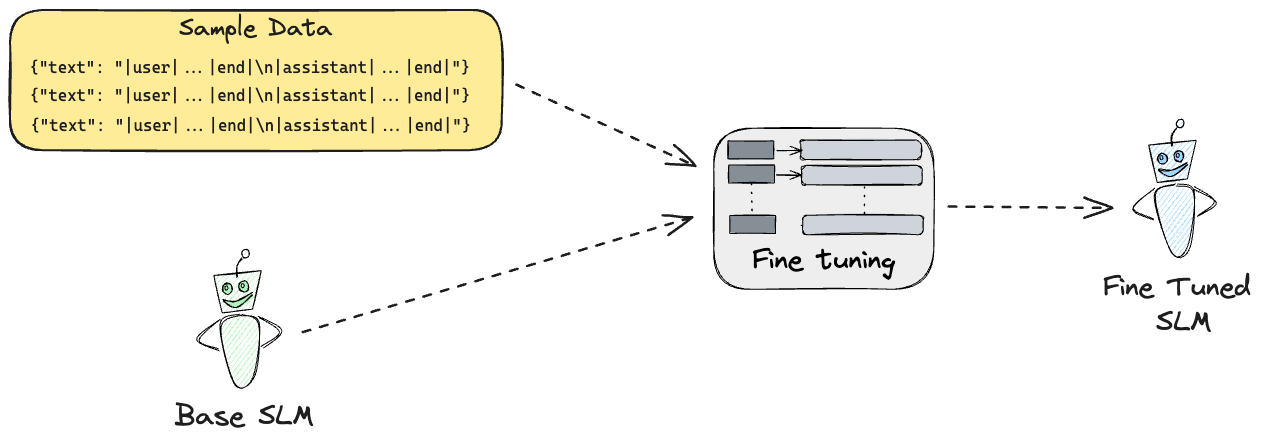
Before: zurich-azure-ug-2025/graphics/ft-basic.excalidraw.png, a diagram exported from Excalidraw (filipw/filipw.github.io). Source tidied: one line per element, renumbered; positions are measured from the earlier drawing's top-left corner, leaving out a move shared by most shapes.
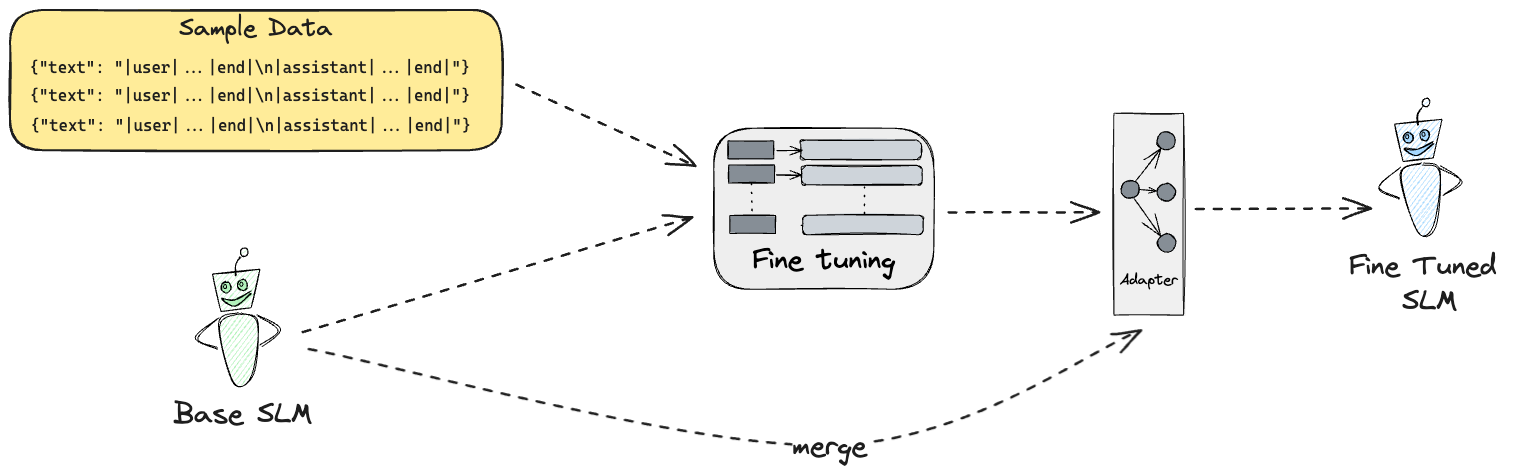
Above is the later version.

What changed in the source:
```diff
@@ -3,18 +3,18 @@
 {"id": 2, "type": "text", "text": "{\"text\": \"|user|...|end|\\n|assistant|...|end|\"}", "strokeColor": "#1e1e1e", "backgroundColor": "#b2f2bb", "fillStyle": "solid", "strokeWidth": 2, "strokeStyle": "dashed", "roughness": 1, "fontSize": 16, "fontFamily": 3, "x": 20, "y": 47, "width": 441, "height": 19}
 {"id": 3, "type": "text", "text": "{\"text\": \"|user|...|end|\\n|assistant|...|end|\"}", "strokeColor": "#1e1e1e", "backgroundColor": "#b2f2bb", "fillStyle": "solid", "strokeWidth": 2, "strokeStyle": "dashed", "roughness": 1, "fontSize": 16, "fontFamily": 3, "x": 20, "y": 75, "width": 441, "height": 19}
 {"id": 4, "type": "text", "text": "{\"text\": \"|user|...|end|\\n|assistant|...|end|\"}", "strokeColor": "#1e1e1e", "backgroundColor": "#b2f2bb", "fillStyle": "solid", "strokeWidth": 2, "strokeStyle": "dashed", "roughness": 1, "fontSize": 16, "fontFamily": 3, "x": 20, "y": 105, "width": 441, "height": 19}
-{"id": 5, "type": "line", "strokeColor": "#000000", "backgroundColor": "#b2f2bb", "fillStyle": "hachure", "strokeWidth": 1, "roughness": 1, "x": 204, "y": 265, "width": 47, "height": 42, "points": [[0, 0], [8, 37], [39, 34], [47, -5], [0, 0]]}
+{"id": 5, "type": "line", "strokeColor": "#000000", "backgroundColor": "#b2f2bb", "fillStyle": "hachure", "strokeWidth": 1, "roughness": 1, "x": 202, "y": 264, "width": 47, "height": 42, "points": [[0, 0], [8, 37], [39, 34], [47, -5], [0, 0]]}
-{"id": 6, "type": "line", "strokeColor": "#000000", "angle": 0.41, "backgroundColor": "#b2f2bb", "fillStyle": "hachure", "strokeWidth": 1, "roughness": 1, "round": true, "x": 231, "y": 267, "width": 4, "height": 19, "points": [[0, 0], [-4, -10], [-3, -19]]}
+{"id": 6, "type": "line", "strokeColor": "#000000", "angle": 0.41, "backgroundColor": "#b2f2bb", "fillStyle": "hachure", "strokeWidth": 1, "roughness": 1, "round": true, "x": 230, "y": 265, "width": 4, "height": 19, "points": [[0, 0], [-4, -10], [-3, -19]]}
-{"id": 7, "type": "ellipse", "strokeColor": "#000000", "angle": 6.58, "backgroundColor": "#b2f2bb", "fillStyle": "hachure", "strokeWidth": 1, "roughness": 1, "x": 232, "y": 239, "width": 7, "height": 9}
+{"id": 7, "type": "ellipse", "strokeColor": "#000000", "angle": 6.58, "backgroundColor": "#b2f2bb", "fillStyle": "hachure", "strokeWidth": 1, "roughness": 1, "x": 230, "y": 238, "width": 7, "height": 9}
-{"id": 8, "type": "line", "strokeColor": "#000000", "angle": 6.21, "backgroundColor": "#b2f2bb", "fillStyle": "hachure", "strokeWidth": 1, "roughness": 1, "round": true, "x": 234, "y": 306, "width": 39, "height": 69, "points": [[0, 0], [17, 9], [8, 62], [-11, 68], [-23, 10], [-1, -1]]}
+{"id": 8, "type": "line", "strokeColor": "#000000", "angle": 6.21, "backgroundColor": "#b2f2bb", "fillStyle": "hachure", "strokeWidth": 1, "roughness": 1, "round": true, "x": 233, "y": 304, "width": 39, "height": 69, "points": [[0, 0], [17, 9], [8, 62], [-11, 68], [-23, 10], [-1, -1]]}
-{"id": 9, "type": "line", "strokeColor": "#000000", "angle": 0.13, "backgroundColor": "#b2f2bb", "fillStyle": "hachure", "strokeWidth": 1, "roughness": 1, "round": true, "x": 247, "y": 309, "width": 23, "height": 29, "points": [[0, 0], [23, 11], [7, 29]]}
+{"id": 9, "type": "line", "strokeColor": "#000000", "angle": 0.13, "backgroundColor": "#b2f2bb", "fillStyle": "hachure", "strokeWidth": 1, "roughness": 1, "round": true, "x": 246, "y": 308, "width": 23, "height": 29, "points": [[0, 0], [23, 11], [7, 29]]}
-{"id": 10, "type": "line", "strokeColor": "#000000", "angle": 6.08, "backgroundColor": "#b2f2bb", "fillStyle": "hachure", "strokeWidth": 1, "roughness": 1, "round": true, "x": 212, "y": 312, "width": 25, "height": 29, "points": [[0, 0], [-25, 15], [-7, 29]]}
+{"id": 10, "type": "line", "strokeColor": "#000000", "angle": 6.08, "backgroundColor": "#b2f2bb", "fillStyle": "hachure", "strokeWidth": 1, "roughness": 1, "round": true, "x": 211, "y": 311, "width": 25, "height": 29, "points": [[0, 0], [-25, 15], [-7, 29]]}
-{"id": 11, "type": "line", "strokeColor": "#000000", "backgroundColor": "#b2f2bb", "fillStyle": "solid", "strokeWidth": 1, "roughness": 1, "round": true, "x": 242, "y": 283, "width": 29, "height": 14, "points": [[0, 0], [-12, 6], [-19, 8], [-29, 7], [-16, 14], [0, 2]]}
+{"id": 11, "type": "line", "strokeColor": "#000000", "backgroundColor": "#b2f2bb", "fillStyle": "solid", "strokeWidth": 1, "roughness": 1, "round": true, "x": 241, "y": 282, "width": 29, "height": 14, "points": [[0, 0], [-12, 6], [-19, 8], [-29, 7], [-16, 14], [0, 2]]}
-{"id": 12, "type": "ellipse", "strokeColor": "#000000", "backgroundColor": "#b2f2bb", "fillStyle": "solid", "strokeWidth": 1, "roughness": 1, "x": 212, "y": 273, "width": 10, "height": 11}
+{"id": 12, "type": "ellipse", "strokeColor": "#000000", "backgroundColor": "#b2f2bb", "fillStyle": "solid", "strokeWidth": 1, "roughness": 1, "x": 211, "y": 272, "width": 10, "height": 11}
-{"id": 13, "type": "ellipse", "strokeColor": "#000000", "backgroundColor": "#b2f2bb", "fillStyle": "solid", "strokeWidth": 1, "roughness": 0, "x": 215, "y": 276, "width": 3, "height": 4}
+{"id": 13, "type": "ellipse", "strokeColor": "#000000", "backgroundColor": "#b2f2bb", "fillStyle": "solid", "strokeWidth": 1, "roughness": 0, "x": 214, "y": 275, "width": 3, "height": 4}
-{"id": 14, "type": "ellipse", "strokeColor": "#000000", "backgroundColor": "#b2f2bb", "fillStyle": "solid", "strokeWidth": 1, "roughness": 1, "x": 229, "y": 271, "width": 10, "height": 11}
+{"id": 14, "type": "ellipse", "strokeColor": "#000000", "backgroundColor": "#b2f2bb", "fillStyle": "solid", "strokeWidth": 1, "roughness": 1, "x": 227, "y": 270, "width": 10, "height": 11}
-{"id": 15, "type": "ellipse", "strokeColor": "#000000", "backgroundColor": "#b2f2bb", "fillStyle": "solid", "strokeWidth": 1, "roughness": 0, "x": 231, "y": 274, "width": 3, "height": 4}
+{"id": 15, "type": "ellipse", "strokeColor": "#000000", "backgroundColor": "#b2f2bb", "fillStyle": "solid", "strokeWidth": 1, "roughness": 0, "x": 230, "y": 272, "width": 3, "height": 4}
-{"id": 16, "type": "text", "text": "Base SLM", "strokeColor": "#1e1e1e", "backgroundColor": "#b2f2bb", "fillStyle": "solid", "strokeWidth": 2, "roughness": 1, "fontSize": 28, "fontFamily": 1, "x": 165, "y": 389, "width": 139, "height": 35}
+{"id": 16, "type": "text", "text": "Base SLM", "strokeColor": "#1e1e1e", "backgroundColor": "#b2f2bb", "fillStyle": "solid", "strokeWidth": 2, "roughness": 1, "fontSize": 28, "fontFamily": 1, "x": 164, "y": 387, "width": 139, "height": 35}
 {"id": 17, "type": "rectangle", "strokeColor": "#000000", "backgroundColor": "#eeeeee", "fillStyle": "solid", "strokeWidth": 1, "roughness": 1, "round": true, "x": 704, "y": 118, "width": 220, "height": 161}
 {"id": 18, "type": "rectangle", "strokeColor": "#000000", "backgroundColor": "#868e96", "fillStyle": "solid", "strokeWidth": 1, "roughness": 1, "x": 718, "y": 131, "width": 46, "height": 18}
 {"id": 19, "type": "rectangle", "strokeColor": "#000000", "backgroundColor": "#ced4da", "fillStyle": "solid", "strokeWidth": 1, "roughness": 1, "round": true, "x": 791, "y": 130, "width": 121, "height": 19}
@@ -30,16 +30,28 @@
 {"id": 29, "type": "text", "text": "Fine tuning", "strokeColor": "#000000", "strokeWidth": 1, "roughness": 1, "fontSize": 28, "fontFamily": 1, "textAlign": "center", "x": 743, "y": 233, "width": 143, "height": 36}
 {"id": 30, "type": "arrow", "strokeColor": "#1e1e1e", "strokeWidth": 2, "strokeStyle": "dashed", "roughness": 1, "endArrowhead": "arrow", "round": true, "from": 0, "to": 17, "x": 507, "y": 74, "width": 178, "height": 82, "points": [[0, 0], [178, 82]]}
 {"id": 31, "type": "arrow", "strokeColor": "#1e1e1e", "strokeWidth": 2, "strokeStyle": "dashed", "roughness": 1, "endArrowhead": "arrow", "round": true, "to": 17, "x": 292, "y": 321, "width": 391, "height": 113, "points": [[0, 0], [391, -113]]}
-{"id": 32, "type": "arrow", "strokeColor": "#1e1e1e", "strokeWidth": 2, "strokeStyle": "dashed", "roughness": 1, "endArrowhead": "arrow", "round": true, "from": 17, "x": 939, "y": 198, "width": 163, "height": 1, "points": [[0, 0], [163, -1]]}
+{"id": 32, "type": "arrow", "strokeColor": "#1e1e1e", "strokeWidth": 2, "strokeStyle": "dashed", "roughness": 1, "endArrowhead": "arrow", "round": true, "from": 17, "to": 45, "x": 939, "y": 204, "width": 150, "height": 2, "points": [[0, 0], [150, -2]]}
-{"id": 33, "type": "line", "strokeColor": "#000000", "backgroundColor": "#a5d8ff", "fillStyle": "hachure", "strokeWidth": 1, "roughness": 1, "x": 1139, "y": 135, "width": 47, "height": 42, "points": [[0, 0], [8, 37], [39, 34], [47, -5], [0, 0]]}
+{"id": 33, "type": "line", "strokeColor": "#000000", "backgroundColor": "#a5d8ff", "fillStyle": "hachure", "strokeWidth": 1, "roughness": 1, "x": 1385, "y": 114, "width": 47, "height": 42, "points": [[0, 0], [8, 37], [39, 34], [47, -5], [0, 0]]}
-{"id": 34, "type": "line", "strokeColor": "#000000", "angle": 0.41, "backgroundColor": "#a5d8ff", "fillStyle": "hachure", "strokeWidth": 1, "roughness": 1, "round": true, "x": 1166, "y": 137, "width": 4, "height": 19, "points": [[0, 0], [-4, -10], [-3, -19]]}
+{"id": 34, "type": "line", "strokeColor": "#000000", "angle": 0.41, "backgroundColor": "#a5d8ff", "fillStyle": "hachure", "strokeWidth": 1, "roughness": 1, "round": true, "x": 1412, "y": 116, "width": 4, "height": 19, "points": [[0, 0], [-4, -10], [-3, -19]]}
-{"id": 35, "type": "ellipse", "strokeColor": "#000000", "angle": 6.58, "backgroundColor": "#a5d8ff", "fillStyle": "hachure", "strokeWidth": 1, "roughness": 1, "x": 1167, "y": 109, "width": 7, "height": 9}
+{"id": 35, "type": "ellipse", "strokeColor": "#000000", "angle": 6.58, "backgroundColor": "#a5d8ff", "fillStyle": "hachure", "strokeWidth": 1, "roughness": 1, "x": 1413, "y": 88, "width": 7, "height": 9}
-{"id": 36, "type": "line", "strokeColor": "#000000", "angle": 6.21, "backgroundColor": "#a5d8ff", "fillStyle": "hachure", "strokeWidth": 1, "roughness": 1, "round": true, "x": 1169, "y": 175, "width": 39, "height": 69, "points": [[0, 0], [17, 9], [8, 62], [-11, 68], [-23, 10], [-1, -1]]}
+{"id": 36, "type": "line", "strokeColor": "#000000", "angle": 6.21, "backgroundColor": "#a5d8ff", "fillStyle": "hachure", "strokeWidth": 1, "roughness": 1, "round": true, "x": 1415, "y": 154, "width": 39, "height": 69, "points": [[0, 0], [17, 9], [8, 62], [-11, 68], [-23, 10], [-1, -1]]}
-{"id": 37, "type": "line", "strokeColor": "#000000", "angle": 0.13, "backgroundColor": "#a5d8ff", "fillStyle": "hachure", "strokeWidth": 1, "roughness": 1, "round": true, "x": 1182, "y": 179, "width": 23, "height": 29, "points": [[0, 0], [23, 11], [7, 29]]}
+{"id": 37, "type": "line", "strokeColor": "#000000", "angle": 0.13, "backgroundColor": "#a5d8ff", "fillStyle": "hachure", "strokeWidth": 1, "roughness": 1, "round": true, "x": 1428, "y": 158, "width": 23, "height": 29, "points": [[0, 0], [23, 11], [7, 29]]}
-{"id": 38, "type": "line", "strokeColor": "#000000", "angle": 6.08, "backgroundColor": "#a5d8ff", "fillStyle": "hachure", "strokeWidth": 1, "roughness": 1, "round": true, "x": 1147, "y": 182, "width": 25, "height": 29, "points": [[0, 0], [-25, 15], [-7, 29]]}
+{"id": 38, "type": "line", "strokeColor": "#000000", "angle": 6.08, "backgroundColor": "#a5d8ff", "fillStyle": "hachure", "strokeWidth": 1, "roughness": 1, "round": true, "x": 1393, "y": 161, "width": 25, "height": 29, "points": [[0, 0], [-25, 15], [-7, 29]]}
-{"id": 39, "type": "line", "strokeColor": "#000000", "backgroundColor": "#a5d8ff", "fillStyle": "solid", "strokeWidth": 1, "roughness": 1, "round": true, "x": 1177, "y": 153, "width": 29, "height": 14, "points": [[0, 0], [-12, 6], [-19, 8], [-29, 7], [-16, 14], [0, 2]]}
+{"id": 39, "type": "line", "strokeColor": "#000000", "backgroundColor": "#a5d8ff", "fillStyle": "solid", "strokeWidth": 1, "roughness": 1, "round": true, "x": 1423, "y": 132, "width": 29, "height": 14, "points": [[0, 0], [-12, 6], [-19, 8], [-29, 7], [-16, 14], [0, 2]]}
-{"id": 40, "type": "ellipse", "strokeColor": "#000000", "backgroundColor": "#a5d8ff", "fillStyle": "solid", "strokeWidth": 1, "roughness": 1, "x": 1147, "y": 143, "width": 10, "height": 11}
+{"id": 40, "type": "ellipse", "strokeColor": "#000000", "backgroundColor": "#a5d8ff", "fillStyle": "solid", "strokeWidth": 1, "roughness": 1, "x": 1393, "y": 122, "width": 10, "height": 11}
-{"id": 41, "type": "ellipse", "strokeColor": "#000000", "backgroundColor": "#a5d8ff", "fillStyle": "solid", "strokeWidth": 1, "roughness": 0, "x": 1150, "y": 146, "width": 3, "height": 4}
+{"id": 41, "type": "ellipse", "strokeColor": "#000000", "backgroundColor": "#a5d8ff", "fillStyle": "solid", "strokeWidth": 1, "roughness": 0, "x": 1396, "y": 125, "width": 3, "height": 4}
-{"id": 42, "type": "ellipse", "strokeColor": "#000000", "backgroundColor": "#a5d8ff", "fillStyle": "solid", "strokeWidth": 1, "roughness": 1, "x": 1164, "y": 141, "width": 10, "height": 11}
+{"id": 42, "type": "ellipse", "strokeColor": "#000000", "backgroundColor": "#a5d8ff", "fillStyle": "solid", "strokeWidth": 1, "roughness": 1, "x": 1410, "y": 120, "width": 10, "height": 11}
-{"id": 43, "type": "ellipse", "strokeColor": "#000000", "backgroundColor": "#a5d8ff", "fillStyle": "solid", "strokeWidth": 1, "roughness": 0, "x": 1166, "y": 143, "width": 3, "height": 4}
+{"id": 43, "type": "ellipse", "strokeColor": "#000000", "backgroundColor": "#a5d8ff", "fillStyle": "solid", "strokeWidth": 1, "roughness": 0, "x": 1412, "y": 122, "width": 3, "height": 4}
-{"id": 44, "type": "text", "text": "Fine Tuned \nSLM", "strokeColor": "#1e1e1e", "backgroundColor": "#a5d8ff", "fillStyle": "solid", "strokeWidth": 2, "roughness": 1, "fontSize": 28, "fontFamily": 1, "textAlign": "center", "x": 1093, "y": 260, "width": 161, "height": 70}
+{"id": 44, "type": "text", "text": "Fine Tuned \nSLM", "strokeColor": "#1e1e1e", "backgroundColor": "#a5d8ff", "fillStyle": "solid", "strokeWidth": 2, "roughness": 1, "fontSize": 28, "fontFamily": 1, "textAlign": "center", "x": 1339, "y": 239, "width": 161, "height": 70}
+{"id": 45, "type": "rectangle", "strokeColor": "#000000", "backgroundColor": "#eeeeee", "fillStyle": "solid", "strokeWidth": 1, "roughness": 1, "opacity": 90, "x": 1104, "y": 103, "width": 70, "height": 202}
+{"id": 46, "type": "ellipse", "strokeColor": "#000000", "backgroundColor": "#868e96", "fillStyle": "solid", "strokeWidth": 1, "roughness": 1, "round": true, "x": 1147, "y": 173, "width": 18, "height": 18}
+{"id": 47, "type": "ellipse", "strokeColor": "#000000", "backgroundColor": "#868e96", "fillStyle": "solid", "strokeWidth": 1, "roughness": 1, "round": true, "x": 1111, "y": 170, "width": 18, "height": 18}
+{"id": 48, "type": "ellipse", "strokeColor": "#000000", "backgroundColor": "#868e96", "fillStyle": "solid", "strokeWidth": 1, "roughness": 1, "round": true, "x": 1148, "y": 224, "width": 18, "height": 18}
+{"id": 49, "type": "ellipse", "strokeColor": "#000000", "backgroundColor": "#868e96", "fillStyle": "solid", "strokeWidth": 1, "roughness": 1, "round": true, "x": 1147, "y": 122, "width": 18, "height": 18}
+{"id": 50, "type": "arrow", "strokeColor": "#000000", "strokeWidth": 1, "roughness": 1, "endArrowhead": "arrow", "from": 47, "x": 1124, "y": 189, "width": 27, "height": 38, "points": [[0, 0], [27, 38]]}
+{"id": 51, "type": "arrow", "strokeColor": "#000000", "strokeWidth": 1, "roughness": 1, "endArrowhead": "arrow", "from": 47, "to": 46, "x": 1130, "y": 180, "width": 17, "height": 1, "points": [[0, 0], [17, 1]]}
+{"id": 52, "type": "arrow", "strokeColor": "#000000", "strokeWidth": 1, "roughness": 1, "endArrowhead": "arrow", "from": 47, "to": 49, "x": 1126, "y": 171, "width": 25, "height": 33, "points": [[0, 0], [25, -33]]}
+{"id": 53, "type": "text", "text": "Adapter", "strokeColor": "#000000", "strokeWidth": 1, "roughness": 1, "fontSize": 14.75, "fontFamily": 1, "textAlign": "center", "x": 1110, "y": 260, "width": 58, "height": 20}
+{"id": 54, "type": "arrow", "strokeColor": "#1e1e1e", "strokeWidth": 2, "strokeStyle": "dashed", "roughness": 1, "endArrowhead": "arrow", "round": true, "to": 45, "x": 299, "y": 340, "width": 832, "height": 116, "points": [[0, 0], [521, 97], [832, -19]]}
+{"id": 55, "type": "text", "text": "merge", "strokeColor": "#1e1e1e", "strokeWidth": 2, "roughness": 1, "fontSize": 28, "fontFamily": 1, "textAlign": "center", "verticalAlign": "middle", "inside": 54, "x": 782, "y": 419, "width": 74, "height": 35}
+{"id": 56, "type": "arrow", "strokeColor": "#1e1e1e", "strokeWidth": 2, "strokeStyle": "dashed", "roughness": 1, "endArrowhead": "arrow", "round": true, "from": 45, "x": 1186, "y": 199, "width": 176, "height": 1, "points": [[0, 0], [176, -1]]}
```
